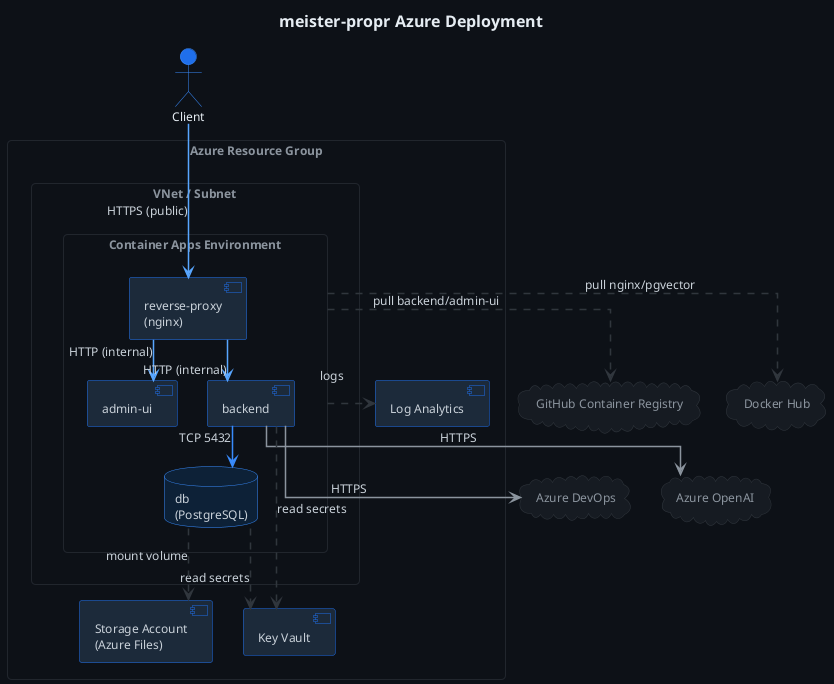
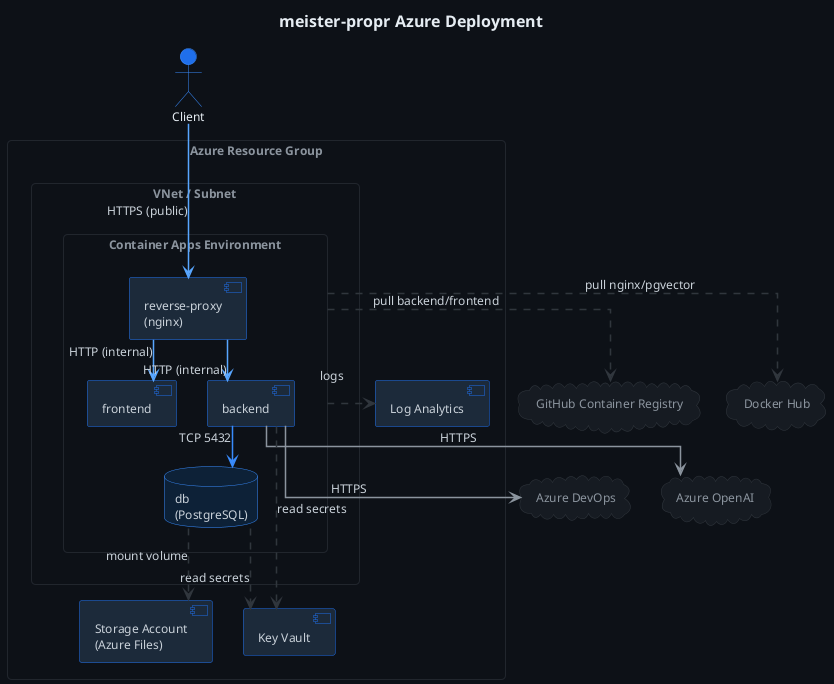
@startuml meister-propr Azure Deployment
skinparam linetype ortho
skinparam nodesep 30
skinparam ranksep 40
skinparam backgroundColor #0d1117
skinparam defaultFontColor #c9d1d9
skinparam defaultFontName "Segoe UI"
skinparam defaultFontSize 12
skinparam arrowColor #58a6ff
skinparam arrowThickness 1.5

skinparam titleFontColor #e6edf3
skinparam titleFontSize 16
skinparam titleFontStyle bold

skinparam actor {
  BackgroundColor #1f6feb
  BorderColor #388bfd
  FontColor #e6edf3
}

skinparam cloud {
  BackgroundColor #161b22
  BorderColor #30363d
  FontColor #8b949e
}

skinparam component {
  BackgroundColor #1c2a3a
  BorderColor #1f6feb
  FontColor #c9d1d9
}

skinparam database {
  BackgroundColor #0d2137
  BorderColor #388bfd
  FontColor #c9d1d9
}

skinparam rectangle {
  BackgroundColor #0d1117
  BorderColor #21262d
  FontColor #8b949e
  RoundCorner 8
}

skinparam note {
  BackgroundColor #161b22
  BorderColor #30363d
  FontColor #8b949e
}

title meister-propr Azure Deployment

actor "Client" as client
cloud "Azure DevOps" as ado
cloud "Azure OpenAI" as openai
cloud "GitHub Container Registry" as ghcr
cloud "Docker Hub" as dockerhub

rectangle "Azure Resource Group" {

  component "Key Vault" as kv
  component "Log Analytics" as law
  component "Storage Account\n(Azure Files)" as storage

  rectangle "VNet / Subnet" {
    rectangle "Container Apps Environment" as env {
      component "reverse-proxy\n(nginx)" as proxy
-       component "admin-ui" as adminui
+       component "frontend" as frontend
      component "backend" as backend
      database "db\n(PostgreSQL)" as db
    }
  }
}

client   -[#58a6ff]->           proxy    : HTTPS (public)
- proxy    -[#58a6ff]->           adminui  : HTTP (internal)
+ proxy    -[#58a6ff]->           frontend : HTTP (internal)
proxy    -[#58a6ff]->           backend  : HTTP (internal)
backend  -[#388bfd]->           db       : TCP 5432
backend  -[#8b949e]->           openai   : HTTPS
backend  -[#8b949e]->           ado      : HTTPS

- env      -[#30363d,dashed]->    ghcr     : pull backend/admin-ui
+ env      -[#30363d,dashed]->    ghcr     : pull backend/frontend
env      -[#30363d,dashed]->    dockerhub: pull nginx/pgvector
env      -[#30363d,dashed]->    law      : logs
backend  -[#30363d,dashed]->    kv       : read secrets
db       -[#30363d,dashed]->    kv       : read secrets
db       -[#30363d,dashed]->    storage  : mount volume

@enduml
